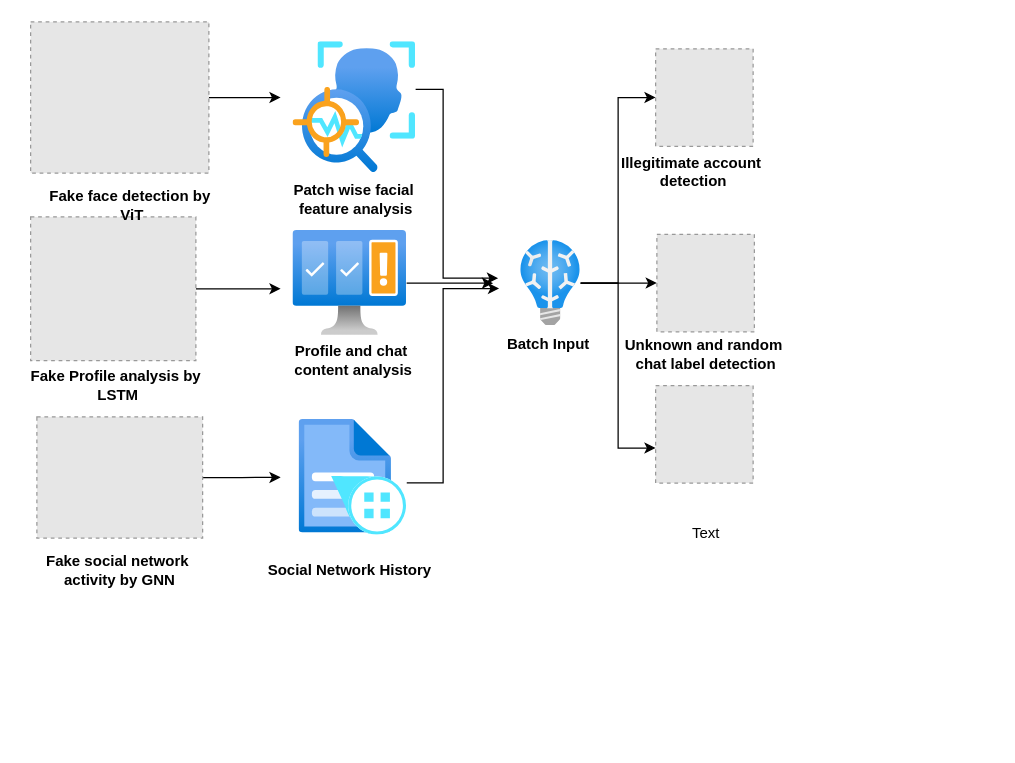
Before: Untitled Diagram.drawio in MVenkataLakshmi/flood, a draw.io diagram. Source tidied: cells renumbered, new cells numbered last; positions are measured from the earlier drawing's top-left corner, leaving out a move shared by most shapes. Both pictures are drawn from the tidied source at 125%, with x=0, y=0 at pixel (21, 21). Pictures stored in the file or linked from it are replaced by grey dashed boxes.
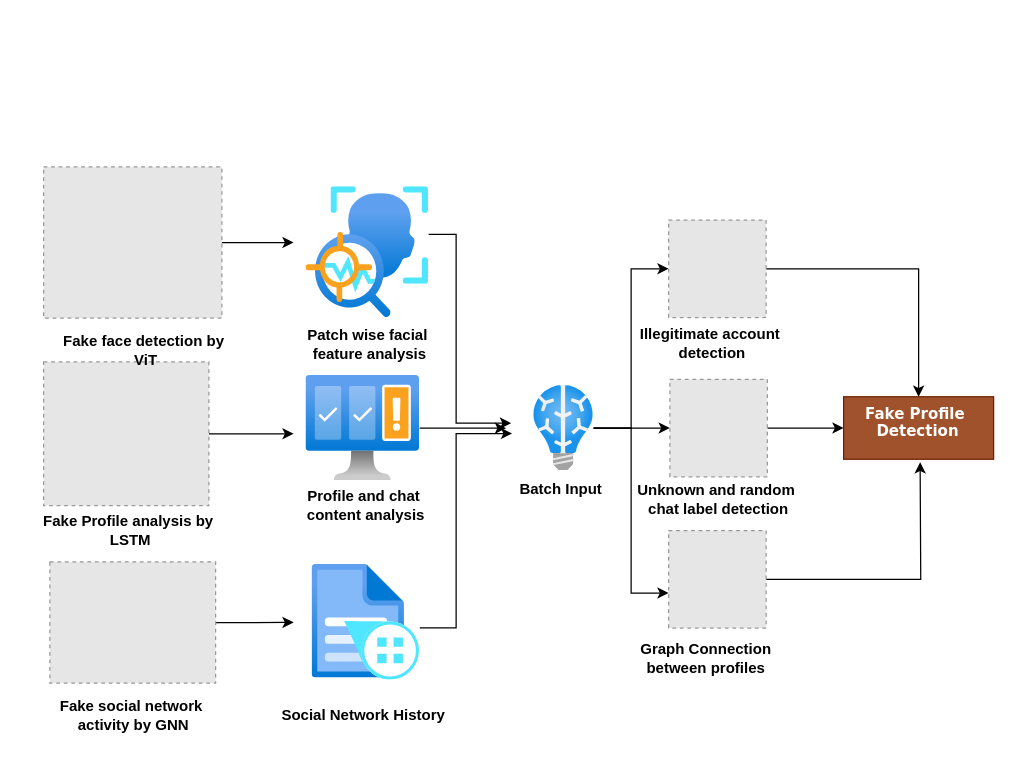
The same diagram, later.

Diff of the diagram source:
```diff
@@
+    <mxCell id="33" style="group;" parent="1" vertex="1">
+      <mxGeometry x="10" y="116" width="767.4" height="459" as="geometry" />
+    </mxCell>
-    <mxCell id="2" style="edgeStyle=orthogonalEdgeStyle;rounded=0;jettySize=auto;html=1;" parent="1" edge="1" source="3">
+    <mxCell id="2" style="edgeStyle=orthogonalEdgeStyle;rounded=0;jettySize=auto;html=1;" parent="33" edge="1" source="3">
       <mxGeometry relative="1" as="geometry">
-        <mxPoint x="207" y="60.5" as="targetPoint" />
+        <mxPoint x="207.4" y="60.5" as="targetPoint" />
       </mxGeometry>
     </mxCell>
-    <mxCell id="3" style="fillColor=#E6E6E6;strokeColor=#999999;dashed=1;verticalLabelPosition=bottom;labelBackgroundColor=default;verticalAlign=top;fontStyle=1;" parent="1" vertex="1">
-      <mxGeometry x="7" width="142.6" height="121" as="geometry" />
+    <mxCell id="3" style="fillColor=#E6E6E6;strokeColor=#999999;dashed=1;verticalLabelPosition=bottom;labelBackgroundColor=default;verticalAlign=top;fontStyle=1;" parent="33" vertex="1">
+      <mxGeometry x="7.4" width="142.6" height="121" as="geometry" />
     </mxCell>
-    <mxCell id="4" style="edgeStyle=orthogonalEdgeStyle;rounded=0;jettySize=auto;html=1;" parent="1" edge="1" source="5">
+    <mxCell id="4" style="edgeStyle=orthogonalEdgeStyle;rounded=0;jettySize=auto;html=1;" parent="33" edge="1" source="5">
       <mxGeometry relative="1" as="geometry">
-        <mxPoint x="207" y="213.5" as="targetPoint" />
+        <mxPoint x="207.4" y="213.5" as="targetPoint" />
       </mxGeometry>
     </mxCell>
-    <mxCell id="5" style="fillColor=#E6E6E6;strokeColor=#999999;dashed=1;verticalLabelPosition=bottom;labelBackgroundColor=default;verticalAlign=top;fontStyle=1;" parent="1" vertex="1">
-      <mxGeometry x="7" y="156" width="132.2" height="115" as="geometry" />
+    <mxCell id="5" style="fillColor=#E6E6E6;strokeColor=#999999;dashed=1;verticalLabelPosition=bottom;labelBackgroundColor=default;verticalAlign=top;fontStyle=1;" parent="33" vertex="1">
+      <mxGeometry x="7.4" y="156" width="132.2" height="115" as="geometry" />
     </mxCell>
-    <mxCell id="6" style="edgeStyle=orthogonalEdgeStyle;rounded=0;jettySize=auto;html=1;" parent="1" edge="1" source="7">
+    <mxCell id="6" style="edgeStyle=orthogonalEdgeStyle;rounded=0;jettySize=auto;html=1;" parent="33" edge="1" source="7">
       <mxGeometry relative="1" as="geometry">
-        <mxPoint x="207" y="364.4" as="targetPoint" />
+        <mxPoint x="207.4" y="364.4" as="targetPoint" />
       </mxGeometry>
     </mxCell>
-    <mxCell id="7" style="fillColor=#E6E6E6;strokeColor=#999999;dashed=1;verticalLabelPosition=bottom;labelBackgroundColor=default;verticalAlign=top;fontStyle=1;" parent="1" vertex="1">
-      <mxGeometry x="12" y="316" width="132.6" height="96.9" as="geometry" />
+    <mxCell id="7" style="fillColor=#E6E6E6;strokeColor=#999999;dashed=1;verticalLabelPosition=bottom;labelBackgroundColor=default;verticalAlign=top;fontStyle=1;" parent="33" vertex="1">
+      <mxGeometry x="12.4" y="316" width="132.6" height="96.9" as="geometry" />
     </mxCell>
-    <mxCell id="8" value="Fake face detection by&amp;nbsp;&lt;div&gt;ViT&lt;/div&gt;" style="text;html=1;align=center;verticalAlign=middle;strokeColor=none;fillColor=none;fontStyle=1;" parent="1" vertex="1">
-      <mxGeometry x="13.1" y="127" width="150" height="40" as="geometry" />
+    <mxCell id="8" value="Fake face detection by&amp;nbsp;&lt;div&gt;ViT&lt;/div&gt;" style="text;html=1;align=center;verticalAlign=middle;strokeColor=none;fillColor=none;fontStyle=1;" parent="33" vertex="1">
+      <mxGeometry x="13.5" y="127" width="150" height="40" as="geometry" />
     </mxCell>
-    <mxCell id="9" value="Fake Profile analysis by&lt;div&gt;&amp;nbsp;LSTM&lt;/div&gt;" style="text;html=1;align=center;verticalAlign=middle;strokeColor=none;fillColor=none;fontStyle=1;" parent="1" vertex="1">
-      <mxGeometry x="-0.4" y="271" width="150" height="40" as="geometry" />
+    <mxCell id="9" value="Fake Profile analysis by&lt;div&gt;&amp;nbsp;LSTM&lt;/div&gt;" style="text;html=1;align=center;verticalAlign=middle;strokeColor=none;fillColor=none;fontStyle=1;" parent="33" vertex="1">
+      <mxGeometry y="271" width="150" height="40" as="geometry" />
     </mxCell>
-    <mxCell id="10" value="Fake social network&amp;nbsp;&lt;div&gt;activity by GNN&lt;/div&gt;" style="text;html=1;align=center;verticalAlign=middle;strokeColor=none;fillColor=none;fontStyle=1;" parent="1" vertex="1">
-      <mxGeometry x="13.3" y="419" width="130" height="40" as="geometry" />
+    <mxCell id="10" value="Fake social network&amp;nbsp;&lt;div&gt;activity by GNN&lt;/div&gt;" style="text;html=1;align=center;verticalAlign=middle;strokeColor=none;fillColor=none;fontStyle=1;" parent="33" vertex="1">
+      <mxGeometry x="13.7" y="419" width="130" height="40" as="geometry" />
     </mxCell>
-    <mxCell id="11" style="edgeStyle=orthogonalEdgeStyle;rounded=0;jettySize=auto;html=1;" parent="1" edge="1" source="12">
+    <mxCell id="11" style="edgeStyle=orthogonalEdgeStyle;rounded=0;jettySize=auto;html=1;" parent="33" edge="1" source="12">
       <mxGeometry relative="1" as="geometry">
-        <mxPoint x="377" y="209" as="targetPoint" />
+        <mxPoint x="377.4" y="209" as="targetPoint" />
       </mxGeometry>
     </mxCell>
-    <mxCell id="12" style="image;html=1;points=[];align=center;fontSize=12;image=img/lib/azure2/ai_machine_learning/Content_Moderators.svg;fontStyle=1;" parent="1" vertex="1">
-      <mxGeometry x="217" y="167" width="90.8" height="83.9" as="geometry" />
+    <mxCell id="12" style="image;html=1;points=[];align=center;fontSize=12;image=img/lib/azure2/ai_machine_learning/Content_Moderators.svg;fontStyle=1;" parent="33" vertex="1">
+      <mxGeometry x="217.4" y="167" width="90.8" height="83.9" as="geometry" />
     </mxCell>
-    <mxCell id="13" value="&lt;span&gt;Patch wise facial&amp;nbsp;&lt;/span&gt;&lt;div&gt;&lt;span&gt;feature analysis&lt;/span&gt;&lt;/div&gt;" style="text;html=1;align=center;verticalAlign=middle;strokeColor=none;fillColor=none;fontStyle=1;" parent="1" vertex="1">
-      <mxGeometry x="207.4" y="122" width="120" height="40" as="geometry" />
+    <mxCell id="13" value="&lt;span&gt;Patch wise facial&amp;nbsp;&lt;/span&gt;&lt;div&gt;&lt;span&gt;feature analysis&lt;/span&gt;&lt;/div&gt;" style="text;html=1;align=center;verticalAlign=middle;strokeColor=none;fillColor=none;fontStyle=1;" parent="33" vertex="1">
+      <mxGeometry x="207.8" y="122" width="120" height="40" as="geometry" />
     </mxCell>
-    <mxCell id="14" value="Profile and chat&amp;nbsp;&lt;div&gt;content analysis&lt;/div&gt;" style="text;html=1;align=center;verticalAlign=middle;strokeColor=none;fillColor=none;fontStyle=1;" parent="1" vertex="1">
-      <mxGeometry x="209.9" y="250.9" width="110" height="40" as="geometry" />
+    <mxCell id="14" value="Profile and chat&amp;nbsp;&lt;div&gt;content analysis&lt;/div&gt;" style="text;html=1;align=center;verticalAlign=middle;strokeColor=none;fillColor=none;fontStyle=1;" parent="33" vertex="1">
+      <mxGeometry x="210.3" y="250.9" width="110" height="40" as="geometry" />
     </mxCell>
-    <mxCell id="15" style="group;fontStyle=1;" parent="1" vertex="1">
-      <mxGeometry x="217" y="16" width="98" height="104.5" as="geometry" />
+    <mxCell id="15" style="group;fontStyle=1;" parent="33" vertex="1">
+      <mxGeometry x="217.4" y="16" width="98" height="104.5" as="geometry" />
     </mxCell>
@@
-    <mxCell id="18" style="image;html=1;align=center;fontSize=12;image=img/lib/azure2/ai_machine_learning/Form_Recognizers.svg;fontStyle=1;" parent="1" vertex="1">
-      <mxGeometry x="221.9" y="318.2" width="85.9" height="92.4" as="geometry" />
+    <mxCell id="18" style="image;html=1;align=center;fontSize=12;image=img/lib/azure2/ai_machine_learning/Form_Recognizers.svg;fontStyle=1;" parent="33" vertex="1">
+      <mxGeometry x="222.3" y="318.2" width="85.9" height="92.4" as="geometry" />
     </mxCell>
-    <mxCell id="19" value="Social Network History" style="text;html=1;align=center;verticalAlign=middle;strokeColor=none;fillColor=none;fontStyle=1;" parent="1" vertex="1">
-      <mxGeometry x="192.4" y="424" width="140" height="30" as="geometry" />
+    <mxCell id="19" value="Social Network History" style="text;html=1;align=center;verticalAlign=middle;strokeColor=none;fillColor=none;fontStyle=1;" parent="33" vertex="1">
+      <mxGeometry x="192.8" y="424" width="140" height="30" as="geometry" />
     </mxCell>
-    <mxCell id="20" style="edgeStyle=orthogonalEdgeStyle;rounded=0;jettySize=auto;html=1;entryX=0;entryY=0.5;entryDx=0;entryDy=0;" parent="1" edge="1" source="22" target="26">
+    <mxCell id="20" style="edgeStyle=orthogonalEdgeStyle;rounded=0;jettySize=auto;html=1;entryX=0;entryY=0.5;entryDx=0;entryDy=0;" parent="33" edge="1" source="22" target="26">
       <mxGeometry relative="1" as="geometry" />
     </mxCell>
-    <mxCell id="21" style="edgeStyle=orthogonalEdgeStyle;rounded=0;jettySize=auto;html=1;entryX=0;entryY=0.5;entryDx=0;entryDy=0;" parent="1" edge="1" source="22" target="28">
+    <mxCell id="21" style="edgeStyle=orthogonalEdgeStyle;rounded=0;jettySize=auto;html=1;entryX=0;entryY=0.5;entryDx=0;entryDy=0;" parent="33" edge="1" source="22" target="28">
       <mxGeometry relative="1" as="geometry" />
     </mxCell>
-    <mxCell id="22" style="image;html=1;points=[];align=center;fontSize=12;image=img/lib/azure2/ai_machine_learning/Batch_AI.svg;" parent="1" vertex="1">
-      <mxGeometry x="399" y="175" width="48" height="68" as="geometry" />
+    <mxCell id="22" style="image;html=1;points=[];align=center;fontSize=12;image=img/lib/azure2/ai_machine_learning/Batch_AI.svg;" parent="33" vertex="1">
+      <mxGeometry x="399.4" y="175" width="48" height="68" as="geometry" />
     </mxCell>
-    <mxCell id="23" value="&lt;b&gt;Batch Input&lt;/b&gt;" style="text;html=1;align=center;verticalAlign=middle;strokeColor=none;fillColor=none;" parent="1" vertex="1">
-      <mxGeometry x="376" y="242.9" width="90" height="30" as="geometry" />
+    <mxCell id="23" value="&lt;b&gt;Batch Input&lt;/b&gt;" style="text;html=1;align=center;verticalAlign=middle;strokeColor=none;fillColor=none;" parent="33" vertex="1">
+      <mxGeometry x="376.4" y="242.9" width="90" height="30" as="geometry" />
     </mxCell>
-    <mxCell id="24" style="edgeStyle=orthogonalEdgeStyle;rounded=0;orthogonalLoop=1;jettySize=auto;html=1;" parent="1" edge="1">
+    <mxCell id="24" style="edgeStyle=orthogonalEdgeStyle;rounded=0;orthogonalLoop=1;jettySize=auto;html=1;" parent="33" edge="1">
       <mxGeometry relative="1" as="geometry">
-        <mxPoint x="315" y="54" as="sourcePoint" />
-        <mxPoint x="381" y="205" as="targetPoint" />
+        <mxPoint x="315.4" y="54" as="sourcePoint" />
+        <mxPoint x="381.4" y="205" as="targetPoint" />
         <Array as="points">
-          <mxPoint x="337" y="54" />
-          <mxPoint x="337" y="205" />
+          <mxPoint x="337.4" y="54" />
+          <mxPoint x="337.4" y="205" />
         </Array>
       </mxGeometry>
     </mxCell>
-    <mxCell id="25" style="edgeStyle=orthogonalEdgeStyle;rounded=0;orthogonalLoop=1;jettySize=auto;html=1;entryX=0.017;entryY=0.618;entryDx=0;entryDy=0;entryPerimeter=0;" parent="1" edge="1">
+    <mxCell id="25" style="edgeStyle=orthogonalEdgeStyle;rounded=0;orthogonalLoop=1;jettySize=auto;html=1;entryX=0.017;entryY=0.618;entryDx=0;entryDy=0;entryPerimeter=0;" parent="33" edge="1">
       <mxGeometry relative="1" as="geometry">
-        <mxPoint x="307.9" y="368.7" as="sourcePoint" />
-        <mxPoint x="381.8" y="213.3" as="targetPoint" />
+        <mxPoint x="308.3" y="368.7" as="sourcePoint" />
+        <mxPoint x="382.2" y="213.3" as="targetPoint" />
         <Array as="points">
-          <mxPoint x="337" y="368.3" />
-          <mxPoint x="337" y="213.3" />
+          <mxPoint x="337.4" y="368.3" />
+          <mxPoint x="337.4" y="213.3" />
         </Array>
       </mxGeometry>
     </mxCell>
+    <mxCell id="34" style="edgeStyle=orthogonalEdgeStyle;rounded=0;jettySize=auto;html=1;exitX=1;exitY=0.5;exitDx=0;exitDy=0;entryX=0.5;entryY=0;entryDx=0;entryDy=0;" parent="33" edge="1" source="26" target="38">
+      <mxGeometry relative="1" as="geometry" />
+    </mxCell>
-    <mxCell id="26" style="fillColor=#E6E6E6;strokeColor=#999999;dashed=1;verticalAlign=top;verticalLabelPosition=bottom;labelBackgroundColor=none;fontColor=none;" parent="1" vertex="1">
-      <mxGeometry x="507" y="21.5" width="78" height="78" as="geometry" />
+    <mxCell id="26" style="fillColor=#E6E6E6;strokeColor=#999999;dashed=1;verticalAlign=top;verticalLabelPosition=bottom;labelBackgroundColor=none;fontColor=none;" parent="33" vertex="1">
+      <mxGeometry x="507.4" y="42.5" width="78" height="78" as="geometry" />
     </mxCell>
-    <mxCell id="27" value="&lt;b&gt;Illegitimate account&amp;nbsp;&lt;/b&gt;&lt;div&gt;&lt;b&gt;detection&lt;/b&gt;&lt;/div&gt;" style="text;html=1;align=center;verticalAlign=middle;strokeColor=none;fillColor=none;" parent="1" vertex="1">
-      <mxGeometry x="467" y="99.5" width="140" height="40" as="geometry" />
+    <mxCell id="27" value="&lt;b&gt;Illegitimate account&amp;nbsp;&lt;/b&gt;&lt;div&gt;&lt;b&gt;detection&lt;/b&gt;&lt;/div&gt;" style="text;html=1;align=center;verticalAlign=middle;strokeColor=none;fillColor=none;" parent="33" vertex="1">
+      <mxGeometry x="472.4" y="120.5" width="140" height="40" as="geometry" />
     </mxCell>
+    <mxCell id="35" style="edgeStyle=orthogonalEdgeStyle;rounded=0;jettySize=auto;html=1;" parent="33" edge="1" source="28" target="38">
+      <mxGeometry relative="1" as="geometry" />
+    </mxCell>
-    <mxCell id="28" style="fillColor=#E6E6E6;strokeColor=#999999;dashed=1;verticalAlign=top;verticalLabelPosition=bottom;labelBackgroundColor=none;fontColor=none;" parent="1" vertex="1">
-      <mxGeometry x="508" y="169.9" width="78" height="78" as="geometry" />
+    <mxCell id="28" style="fillColor=#E6E6E6;strokeColor=#999999;dashed=1;verticalAlign=top;verticalLabelPosition=bottom;labelBackgroundColor=none;fontColor=none;" parent="33" vertex="1">
+      <mxGeometry x="508.4" y="169.9" width="78" height="78" as="geometry" />
     </mxCell>
+    <mxCell id="36" style="edgeStyle=orthogonalEdgeStyle;rounded=0;jettySize=auto;html=1;" parent="33" edge="1" source="29">
+      <mxGeometry relative="1" as="geometry">
+        <mxPoint x="708.6" y="236.2" as="targetPoint" />
+      </mxGeometry>
+    </mxCell>
-    <mxCell id="29" style="fillColor=#E6E6E6;strokeColor=#999999;dashed=1;verticalAlign=top;verticalLabelPosition=bottom;labelBackgroundColor=none;fontColor=none;" parent="1" vertex="1">
-      <mxGeometry x="507" y="290.9" width="78" height="78" as="geometry" />
+    <mxCell id="29" style="fillColor=#E6E6E6;strokeColor=#999999;dashed=1;verticalAlign=top;verticalLabelPosition=bottom;labelBackgroundColor=none;fontColor=none;" parent="33" vertex="1">
+      <mxGeometry x="507.4" y="290.9" width="78" height="78" as="geometry" />
     </mxCell>
-    <mxCell id="30" value="&lt;b&gt;Unknown and random&amp;nbsp;&lt;/b&gt;&lt;div&gt;&lt;b&gt;chat label detection&lt;/b&gt;&lt;/div&gt;" style="text;html=1;align=center;verticalAlign=middle;strokeColor=none;fillColor=none;" parent="1" vertex="1">
-      <mxGeometry x="472" y="246" width="150" height="40" as="geometry" />
+    <mxCell id="30" value="&lt;b&gt;Unknown and random&amp;nbsp;&lt;/b&gt;&lt;div&gt;&lt;b&gt;chat label detection&lt;/b&gt;&lt;/div&gt;" style="text;html=1;align=center;verticalAlign=middle;strokeColor=none;fillColor=none;" parent="33" vertex="1">
+      <mxGeometry x="472.4" y="246" width="150" height="40" as="geometry" />
     </mxCell>
-    <mxCell id="31" value="Text" style="text;html=1;align=center;verticalAlign=middle;strokeColor=none;fillColor=none;" parent="1" vertex="1">
-      <mxGeometry x="522" y="394" width="50" height="30" as="geometry" />
-    </mxCell>
-    <mxCell id="32" style="edgeStyle=orthogonalEdgeStyle;rounded=0;jettySize=auto;html=1;entryX=0;entryY=0.641;entryDx=0;entryDy=0;entryPerimeter=0;" parent="1" edge="1" source="22" target="29">
+    <mxCell id="32" style="edgeStyle=orthogonalEdgeStyle;rounded=0;jettySize=auto;html=1;entryX=0;entryY=0.641;entryDx=0;entryDy=0;entryPerimeter=0;" parent="33" edge="1" source="22" target="29">
       <mxGeometry relative="1" as="geometry" />
     </mxCell>
+    <mxCell id="37" value="&lt;b&gt;Graph Connection&lt;/b&gt;&lt;div&gt;&lt;b&gt;&amp;nbsp;between profiles&amp;nbsp;&lt;/b&gt;&lt;/div&gt;" style="text;html=1;align=center;verticalAlign=middle;strokeColor=none;fillColor=none;" parent="33" vertex="1">
+      <mxGeometry x="472.4" y="372.9" width="130" height="40" as="geometry" />
+    </mxCell>
+    <mxCell id="38" value="Fake Profile&amp;nbsp;&lt;div&gt;Detection&lt;/div&gt;" style="whiteSpace=wrap;html=1;verticalAlign=top;labelBackgroundColor=none;fillColor=#a0522d;strokeColor=#6D1F00;fontColor=#ffffff;fontStyle=1;fontFamily=Verdana;align=center;" parent="33" vertex="1">
+      <mxGeometry x="647.4" y="183.9" width="120" height="50" as="geometry" />
+    </mxCell>
```
